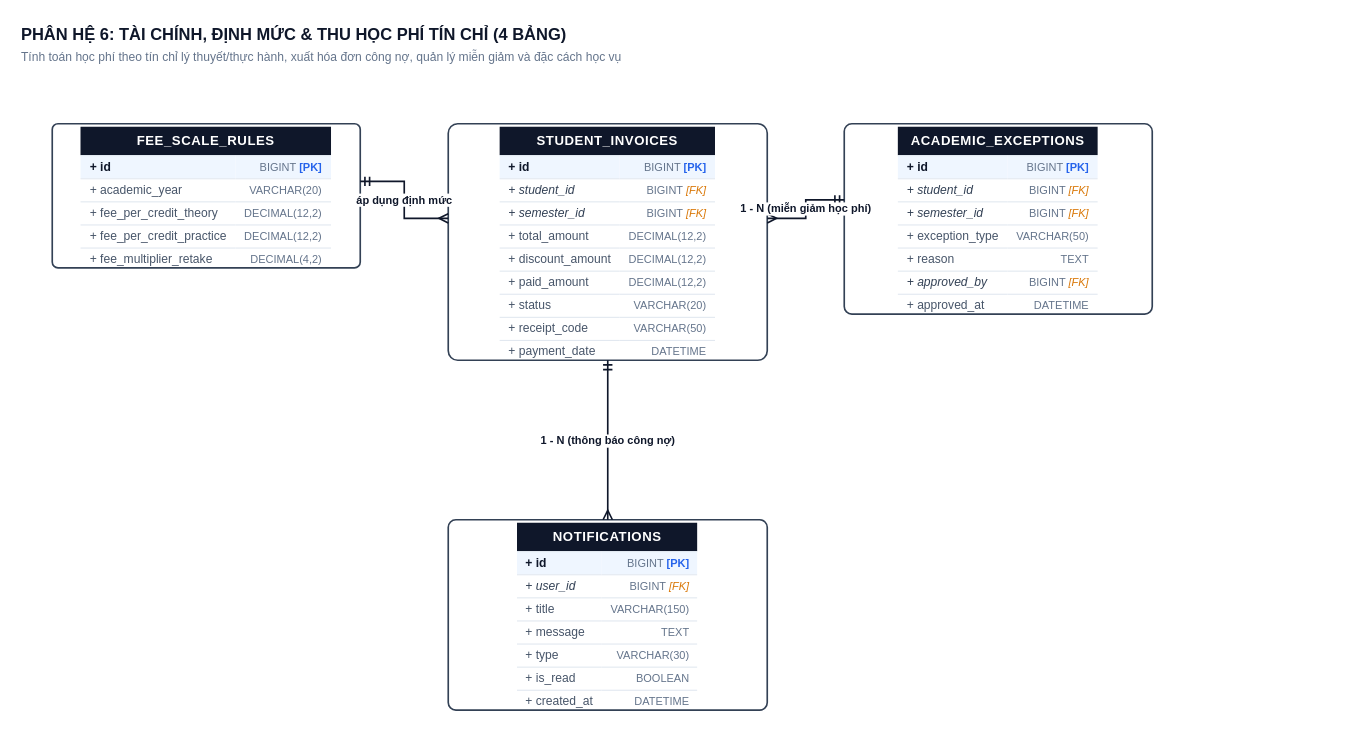
Earlier version of the draw.io diagram page "7. Phân hệ 6 - Tài chính & Quản lý Học phí" (7 of 8) of drawio/ERD_Diagrams.drawio (DevMarkie/DoAnChuyenNganh). Source tidied: cells renumbered, new cells numbered last; positions are measured from the earlier drawing's top-left corner, leaving out a move shared by most shapes. Both pictures are drawn from the tidied source at 110%, with x=0, y=0 at pixel (19, 19).
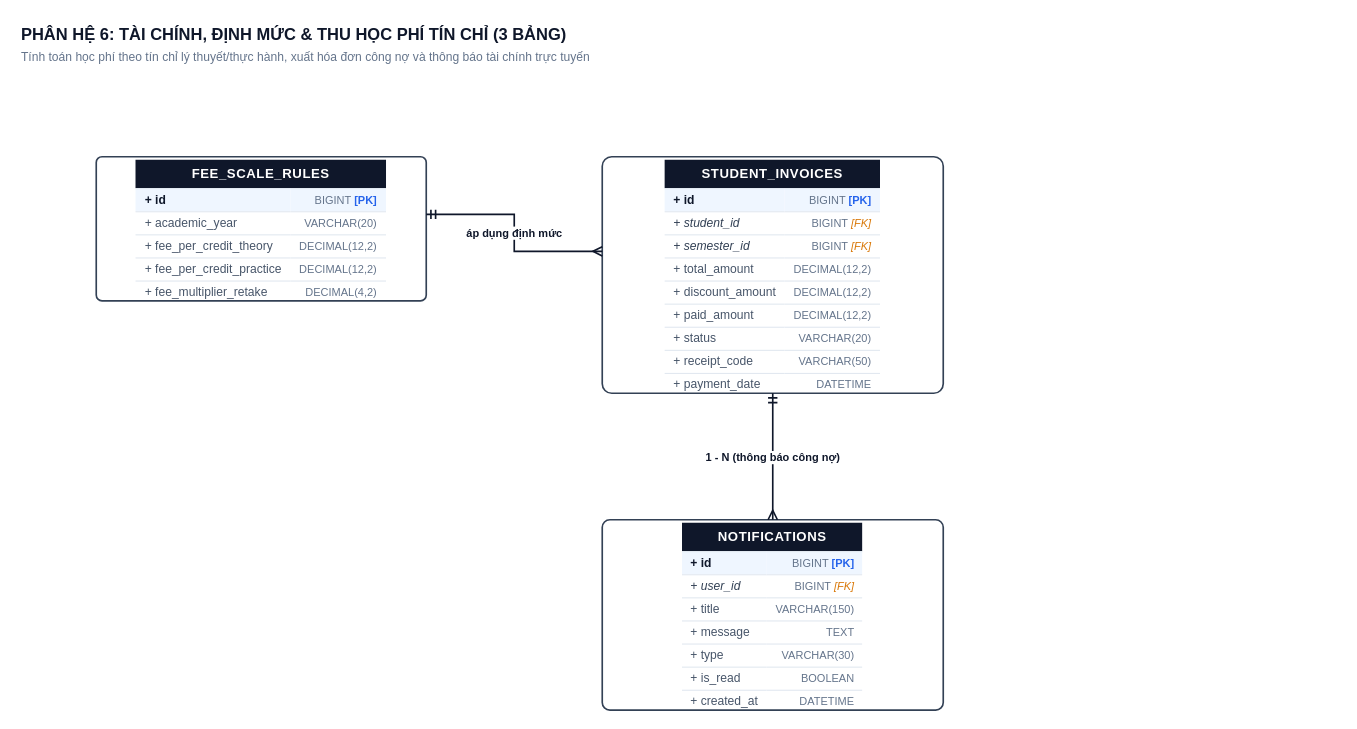
The same diagram, later.

Change to the diagram source:
```diff
@@
 <mxGraphModel background="#ffffff">
   <root>
     <mxCell id="0" />
     <mxCell id="1" parent="0" />
-    <mxCell id="2" value="PHÂN HỆ 6: TÀI CHÍNH, ĐỊNH MỨC &amp; THU HỌC PHÍ TÍN CHỈ (4 BẢNG)" style="text;html=1;strokeColor=none;fillColor=none;align=left;verticalAlign=middle;fontStyle=1;fontSize=15;fontFamily=Arial,Helvetica,sans-serif;fontColor=#0f172a;" parent="1" vertex="1">
+    <mxCell id="2" value="PHÂN HỆ 6: TÀI CHÍNH, ĐỊNH MỨC &amp; THU HỌC PHÍ TÍN CHỈ (3 BẢNG)" style="text;html=1;strokeColor=none;fillColor=none;align=left;verticalAlign=middle;fontStyle=1;fontSize=15;fontFamily=Arial,Helvetica,sans-serif;fontColor=#0f172a;" parent="1" vertex="1">
       <mxGeometry width="1200" height="26" as="geometry" />
     </mxCell>
-    <mxCell id="3" value="Tính toán học phí theo tín chỉ lý thuyết/thực hành, xuất hóa đơn công nợ, quản lý miễn giảm và đặc cách học vụ" style="text;html=1;strokeColor=none;fillColor=none;align=left;verticalAlign=middle;fontStyle=0;fontSize=11;fontFamily=Arial,Helvetica,sans-serif;fontColor=#64748b;" parent="1" vertex="1">
+    <mxCell id="3" value="Tính toán học phí theo tín chỉ lý thuyết/thực hành, xuất hóa đơn công nợ và thông báo tài chính trực tuyến" style="text;html=1;strokeColor=none;fillColor=none;align=left;verticalAlign=middle;fontStyle=0;fontSize=11;fontFamily=Arial,Helvetica,sans-serif;fontColor=#64748b;" parent="1" vertex="1">
       <mxGeometry y="24" width="1200" height="20" as="geometry" />
     </mxCell>
     <mxCell id="4" value="&lt;table style=&quot;width:100%; border-collapse:collapse; font-family:Arial,Helvetica,sans-serif; font-size:11px; margin:0; padding:0;&quot;&gt;&lt;tr style=&quot;background:#0f172a; color:#ffffff; height:26px;&quot;&gt;&lt;td colspan=&quot;2&quot; align=&quot;center&quot; style=&quot;font-weight:bold; font-size:12px; letter-spacing:0.5px;&quot;&gt;FEE_SCALE_RULES&lt;/td&gt;&lt;/tr&gt;&lt;tr style=&quot;background:#eff6ff; height:21px; border-top:1px solid #e2e8f0;&quot;&gt;&lt;td style=&quot;padding:2px 8px; text-align:left; font-weight:bold; color:#0f172a;&quot;&gt;+ id&lt;/td&gt;&lt;td style=&quot;padding:2px 8px; text-align:right; color:#64748b; font-size:10px;&quot;&gt;BIGINT &lt;b style=&quot;color:#2563eb;&quot;&gt;[PK]&lt;/b&gt;&lt;/td&gt;&lt;/tr&gt;&lt;tr style=&quot;background:#ffffff; height:21px; border-top:1px solid #e2e8f0;&quot;&gt;&lt;td style=&quot;padding:2px 8px; text-align:left; color:#475569;&quot;&gt;+ academic_year&lt;/td&gt;&lt;td style=&quot;padding:2px 8px; text-align:right; color:#64748b; font-size:10px;&quot;&gt;VARCHAR(20)&lt;/td&gt;&lt;/tr&gt;&lt;tr style=&quot;background:#ffffff; height:21px; border-top:1px solid #e2e8f0;&quot;&gt;&lt;td style=&quot;padding:2px 8px; text-align:left; color:#475569;&quot;&gt;+ fee_per_credit_theory&lt;/td&gt;&lt;td style=&quot;padding:2px 8px; text-align:right; color:#64748b; font-size:10px;&quot;&gt;DECIMAL(12,2)&lt;/td&gt;&lt;/tr&gt;&lt;tr style=&quot;background:#ffffff; height:21px; border-top:1px solid #e2e8f0;&quot;&gt;&lt;td style=&quot;padding:2px 8px; text-align:left; color:#475569;&quot;&gt;+ fee_per_credit_practice&lt;/td&gt;&lt;td style=&quot;padding:2px 8px; text-align:right; color:#64748b; font-size:10px;&quot;&gt;DECIMAL(12,2)&lt;/td&gt;&lt;/tr&gt;&lt;tr style=&quot;background:#ffffff; height:21px; border-top:1px solid #e2e8f0;&quot;&gt;&lt;td style=&quot;padding:2px 8px; text-align:left; color:#475569;&quot;&gt;+ fee_multiplier_retake&lt;/td&gt;&lt;td style=&quot;padding:2px 8px; text-align:right; color:#64748b; font-size:10px;&quot;&gt;DECIMAL(4,2)&lt;/td&gt;&lt;/tr&gt;&lt;/table&gt;" style="rounded=1;arcSize=4;strokeColor=#334155;strokeWidth=1.5;fillColor=#ffffff;html=1;overflow=hidden;whiteSpace=wrap;" parent="1" vertex="1">
-      <mxGeometry x="30" y="95" width="280" height="131" as="geometry" />
+      <mxGeometry x="70" y="125" width="300" height="131" as="geometry" />
     </mxCell>
     <mxCell id="5" value="&lt;table style=&quot;width:100%; border-collapse:collapse; font-family:Arial,Helvetica,sans-serif; font-size:11px; margin:0; padding:0;&quot;&gt;&lt;tr style=&quot;background:#0f172a; color:#ffffff; height:26px;&quot;&gt;&lt;td colspan=&quot;2&quot; align=&quot;center&quot; style=&quot;font-weight:bold; font-size:12px; letter-spacing:0.5px;&quot;&gt;STUDENT_INVOICES&lt;/td&gt;&lt;/tr&gt;&lt;tr style=&quot;background:#eff6ff; height:21px; border-top:1px solid #e2e8f0;&quot;&gt;&lt;td style=&quot;padding:2px 8px; text-align:left; font-weight:bold; color:#0f172a;&quot;&gt;+ id&lt;/td&gt;&lt;td style=&quot;padding:2px 8px; text-align:right; color:#64748b; font-size:10px;&quot;&gt;BIGINT &lt;b style=&quot;color:#2563eb;&quot;&gt;[PK]&lt;/b&gt;&lt;/td&gt;&lt;/tr&gt;&lt;tr style=&quot;background:#ffffff; height:21px; border-top:1px solid #e2e8f0;&quot;&gt;&lt;td style=&quot;padding:2px 8px; text-align:left; font-style:italic; color:#334155;&quot;&gt;+ student_id&lt;/td&gt;&lt;td style=&quot;padding:2px 8px; text-align:right; color:#64748b; font-size:10px;&quot;&gt;BIGINT &lt;i style=&quot;color:#d97706;&quot;&gt;[FK]&lt;/i&gt;&lt;/td&gt;&lt;/tr&gt;&lt;tr style=&quot;background:#ffffff; height:21px; border-top:1px solid #e2e8f0;&quot;&gt;&lt;td style=&quot;padding:2px 8px; text-align:left; font-style:italic; color:#334155;&quot;&gt;+ semester_id&lt;/td&gt;&lt;td style=&quot;padding:2px 8px; text-align:right; color:#64748b; font-size:10px;&quot;&gt;BIGINT &lt;i style=&quot;color:#d97706;&quot;&gt;[FK]&lt;/i&gt;&lt;/td&gt;&lt;/tr&gt;&lt;tr style=&quot;background:#ffffff; height:21px; border-top:1px solid #e2e8f0;&quot;&gt;&lt;td style=&quot;padding:2px 8px; text-align:left; color:#475569;&quot;&gt;+ total_amount&lt;/td&gt;&lt;td style=&quot;padding:2px 8px; text-align:right; color:#64748b; font-size:10px;&quot;&gt;DECIMAL(12,2)&lt;/td&gt;&lt;/tr&gt;&lt;tr style=&quot;background:#ffffff; height:21px; border-top:1px solid #e2e8f0;&quot;&gt;&lt;td style=&quot;padding:2px 8px; text-align:left; color:#475569;&quot;&gt;+ discount_amount&lt;/td&gt;&lt;td style=&quot;padding:2px 8px; text-align:right; color:#64748b; font-size:10px;&quot;&gt;DECIMAL(12,2)&lt;/td&gt;&lt;/tr&gt;&lt;tr style=&quot;background:#ffffff; height:21px; border-top:1px solid #e2e8f0;&quot;&gt;&lt;td style=&quot;padding:2px 8px; text-align:left; color:#475569;&quot;&gt;+ paid_amount&lt;/td&gt;&lt;td style=&quot;padding:2px 8px; text-align:right; color:#64748b; font-size:10px;&quot;&gt;DECIMAL(12,2)&lt;/td&gt;&lt;/tr&gt;&lt;tr style=&quot;background:#ffffff; height:21px; border-top:1px solid #e2e8f0;&quot;&gt;&lt;td style=&quot;padding:2px 8px; text-align:left; color:#475569;&quot;&gt;+ status&lt;/td&gt;&lt;td style=&quot;padding:2px 8px; text-align:right; color:#64748b; font-size:10px;&quot;&gt;VARCHAR(20)&lt;/td&gt;&lt;/tr&gt;&lt;tr style=&quot;background:#ffffff; height:21px; border-top:1px solid #e2e8f0;&quot;&gt;&lt;td style=&quot;padding:2px 8px; text-align:left; color:#475569;&quot;&gt;+ receipt_code&lt;/td&gt;&lt;td style=&quot;padding:2px 8px; text-align:right; color:#64748b; font-size:10px;&quot;&gt;VARCHAR(50)&lt;/td&gt;&lt;/tr&gt;&lt;tr style=&quot;background:#ffffff; height:21px; border-top:1px solid #e2e8f0;&quot;&gt;&lt;td style=&quot;padding:2px 8px; text-align:left; color:#475569;&quot;&gt;+ payment_date&lt;/td&gt;&lt;td style=&quot;padding:2px 8px; text-align:right; color:#64748b; font-size:10px;&quot;&gt;DATETIME&lt;/td&gt;&lt;/tr&gt;&lt;/table&gt;" style="rounded=1;arcSize=4;strokeColor=#334155;strokeWidth=1.5;fillColor=#ffffff;html=1;overflow=hidden;whiteSpace=wrap;" parent="1" vertex="1">
-      <mxGeometry x="390" y="95" width="290" height="215" as="geometry" />
+      <mxGeometry x="530" y="125" width="310" height="215" as="geometry" />
     </mxCell>
-    <mxCell id="6" value="&lt;table style=&quot;width:100%; border-collapse:collapse; font-family:Arial,Helvetica,sans-serif; font-size:11px; margin:0; padding:0;&quot;&gt;&lt;tr style=&quot;background:#0f172a; color:#ffffff; height:26px;&quot;&gt;&lt;td colspan=&quot;2&quot; align=&quot;center&quot; style=&quot;font-weight:bold; font-size:12px; letter-spacing:0.5px;&quot;&gt;ACADEMIC_EXCEPTIONS&lt;/td&gt;&lt;/tr&gt;&lt;tr style=&quot;background:#eff6ff; height:21px; border-top:1px solid #e2e8f0;&quot;&gt;&lt;td style=&quot;padding:2px 8px; text-align:left; font-weight:bold; color:#0f172a;&quot;&gt;+ id&lt;/td&gt;&lt;td style=&quot;padding:2px 8px; text-align:right; color:#64748b; font-size:10px;&quot;&gt;BIGINT &lt;b style=&quot;color:#2563eb;&quot;&gt;[PK]&lt;/b&gt;&lt;/td&gt;&lt;/tr&gt;&lt;tr style=&quot;background:#ffffff; height:21px; border-top:1px solid #e2e8f0;&quot;&gt;&lt;td style=&quot;padding:2px 8px; text-align:left; font-style:italic; color:#334155;&quot;&gt;+ student_id&lt;/td&gt;&lt;td style=&quot;padding:2px 8px; text-align:right; color:#64748b; font-size:10px;&quot;&gt;BIGINT &lt;i style=&quot;color:#d97706;&quot;&gt;[FK]&lt;/i&gt;&lt;/td&gt;&lt;/tr&gt;&lt;tr style=&quot;background:#ffffff; height:21px; border-top:1px solid #e2e8f0;&quot;&gt;&lt;td style=&quot;padding:2px 8px; text-align:left; font-style:italic; color:#334155;&quot;&gt;+ semester_id&lt;/td&gt;&lt;td style=&quot;padding:2px 8px; text-align:right; color:#64748b; font-size:10px;&quot;&gt;BIGINT &lt;i style=&quot;color:#d97706;&quot;&gt;[FK]&lt;/i&gt;&lt;/td&gt;&lt;/tr&gt;&lt;tr style=&quot;background:#ffffff; height:21px; border-top:1px solid #e2e8f0;&quot;&gt;&lt;td style=&quot;padding:2px 8px; text-align:left; color:#475569;&quot;&gt;+ exception_type&lt;/td&gt;&lt;td style=&quot;padding:2px 8px; text-align:right; color:#64748b; font-size:10px;&quot;&gt;VARCHAR(50)&lt;/td&gt;&lt;/tr&gt;&lt;tr style=&quot;background:#ffffff; height:21px; border-top:1px solid #e2e8f0;&quot;&gt;&lt;td style=&quot;padding:2px 8px; text-align:left; color:#475569;&quot;&gt;+ reason&lt;/td&gt;&lt;td style=&quot;padding:2px 8px; text-align:right; color:#64748b; font-size:10px;&quot;&gt;TEXT&lt;/td&gt;&lt;/tr&gt;&lt;tr style=&quot;background:#ffffff; height:21px; border-top:1px solid #e2e8f0;&quot;&gt;&lt;td style=&quot;padding:2px 8px; text-align:left; font-style:italic; color:#334155;&quot;&gt;+ approved_by&lt;/td&gt;&lt;td style=&quot;padding:2px 8px; text-align:right; color:#64748b; font-size:10px;&quot;&gt;BIGINT &lt;i style=&quot;color:#d97706;&quot;&gt;[FK]&lt;/i&gt;&lt;/td&gt;&lt;/tr&gt;&lt;tr style=&quot;background:#ffffff; height:21px; border-top:1px solid #e2e8f0;&quot;&gt;&lt;td style=&quot;padding:2px 8px; text-align:left; color:#475569;&quot;&gt;+ approved_at&lt;/td&gt;&lt;td style=&quot;padding:2px 8px; text-align:right; color:#64748b; font-size:10px;&quot;&gt;DATETIME&lt;/td&gt;&lt;/tr&gt;&lt;/table&gt;" style="rounded=1;arcSize=4;strokeColor=#334155;strokeWidth=1.5;fillColor=#ffffff;html=1;overflow=hidden;whiteSpace=wrap;" parent="1" vertex="1">
-      <mxGeometry x="750" y="95" width="280" height="173" as="geometry" />
-    </mxCell>
     <mxCell id="7" value="&lt;table style=&quot;width:100%; border-collapse:collapse; font-family:Arial,Helvetica,sans-serif; font-size:11px; margin:0; padding:0;&quot;&gt;&lt;tr style=&quot;background:#0f172a; color:#ffffff; height:26px;&quot;&gt;&lt;td colspan=&quot;2&quot; align=&quot;center&quot; style=&quot;font-weight:bold; font-size:12px; letter-spacing:0.5px;&quot;&gt;NOTIFICATIONS&lt;/td&gt;&lt;/tr&gt;&lt;tr style=&quot;background:#eff6ff; height:21px; border-top:1px solid #e2e8f0;&quot;&gt;&lt;td style=&quot;padding:2px 8px; text-align:left; font-weight:bold; color:#0f172a;&quot;&gt;+ id&lt;/td&gt;&lt;td style=&quot;padding:2px 8px; text-align:right; color:#64748b; font-size:10px;&quot;&gt;BIGINT &lt;b style=&quot;color:#2563eb;&quot;&gt;[PK]&lt;/b&gt;&lt;/td&gt;&lt;/tr&gt;&lt;tr style=&quot;background:#ffffff; height:21px; border-top:1px solid #e2e8f0;&quot;&gt;&lt;td style=&quot;padding:2px 8px; text-align:left; font-style:italic; color:#334155;&quot;&gt;+ user_id&lt;/td&gt;&lt;td style=&quot;padding:2px 8px; text-align:right; color:#64748b; font-size:10px;&quot;&gt;BIGINT &lt;i style=&quot;color:#d97706;&quot;&gt;[FK]&lt;/i&gt;&lt;/td&gt;&lt;/tr&gt;&lt;tr style=&quot;background:#ffffff; height:21px; border-top:1px solid #e2e8f0;&quot;&gt;&lt;td style=&quot;padding:2px 8px; text-align:left; color:#475569;&quot;&gt;+ title&lt;/td&gt;&lt;td style=&quot;padding:2px 8px; text-align:right; color:#64748b; font-size:10px;&quot;&gt;VARCHAR(150)&lt;/td&gt;&lt;/tr&gt;&lt;tr style=&quot;background:#ffffff; height:21px; border-top:1px solid #e2e8f0;&quot;&gt;&lt;td style=&quot;padding:2px 8px; text-align:left; color:#475569;&quot;&gt;+ message&lt;/td&gt;&lt;td style=&quot;padding:2px 8px; text-align:right; color:#64748b; font-size:10px;&quot;&gt;TEXT&lt;/td&gt;&lt;/tr&gt;&lt;tr style=&quot;background:#ffffff; height:21px; border-top:1px solid #e2e8f0;&quot;&gt;&lt;td style=&quot;padding:2px 8px; text-align:left; color:#475569;&quot;&gt;+ type&lt;/td&gt;&lt;td style=&quot;padding:2px 8px; text-align:right; color:#64748b; font-size:10px;&quot;&gt;VARCHAR(30)&lt;/td&gt;&lt;/tr&gt;&lt;tr style=&quot;background:#ffffff; height:21px; border-top:1px solid #e2e8f0;&quot;&gt;&lt;td style=&quot;padding:2px 8px; text-align:left; color:#475569;&quot;&gt;+ is_read&lt;/td&gt;&lt;td style=&quot;padding:2px 8px; text-align:right; color:#64748b; font-size:10px;&quot;&gt;BOOLEAN&lt;/td&gt;&lt;/tr&gt;&lt;tr style=&quot;background:#ffffff; height:21px; border-top:1px solid #e2e8f0;&quot;&gt;&lt;td style=&quot;padding:2px 8px; text-align:left; color:#475569;&quot;&gt;+ created_at&lt;/td&gt;&lt;td style=&quot;padding:2px 8px; text-align:right; color:#64748b; font-size:10px;&quot;&gt;DATETIME&lt;/td&gt;&lt;/tr&gt;&lt;/table&gt;" style="rounded=1;arcSize=4;strokeColor=#334155;strokeWidth=1.5;fillColor=#ffffff;html=1;overflow=hidden;whiteSpace=wrap;" parent="1" vertex="1">
-      <mxGeometry x="390" y="455" width="290" height="173" as="geometry" />
+      <mxGeometry x="530" y="455" width="310" height="173" as="geometry" />
     </mxCell>
     <mxCell id="8" value="áp dụng định mức" style="edgeStyle=orthogonalEdgeStyle;rounded=0;jettySize=auto;html=1;strokeColor=#0f172a;strokeWidth=1.5;fontColor=#0f172a;fontSize=10;fontStyle=1;endArrow=ERmany;endFill=0;startArrow=ERmandOne;startFill=0;exitX=1;exitY=0.4;exitDx=0;exitDy=0;entryX=0;entryY=0.4;entryDx=0;entryDy=0;" parent="1" edge="1" source="4" target="5">
       <mxGeometry relative="1" as="geometry" />
     </mxCell>
-    <mxCell id="9" value="1 - N (miễn giảm học phí)" style="edgeStyle=orthogonalEdgeStyle;rounded=0;jettySize=auto;html=1;strokeColor=#0f172a;strokeWidth=1.5;fontColor=#0f172a;fontSize=10;fontStyle=1;endArrow=ERmany;endFill=0;startArrow=ERmandOne;startFill=0;exitX=0;exitY=0.4;exitDx=0;exitDy=0;entryX=1;entryY=0.4;entryDx=0;entryDy=0;" parent="1" edge="1" source="6" target="5">
-      <mxGeometry relative="1" as="geometry" />
-    </mxCell>
     <mxCell id="10" value="1 - N (thông báo công nợ)" style="edgeStyle=orthogonalEdgeStyle;rounded=0;jettySize=auto;html=1;strokeColor=#0f172a;strokeWidth=1.5;fontColor=#0f172a;fontSize=10;fontStyle=1;endArrow=ERmany;endFill=0;startArrow=ERmandOne;startFill=0;exitX=0.5;exitY=1;exitDx=0;exitDy=0;entryX=0.5;entryY=0;entryDx=0;entryDy=0;" parent="1" edge="1" source="5" target="7">
       <mxGeometry relative="1" as="geometry" />
     </mxCell>
   </root>
 </mxGraphModel>
```
